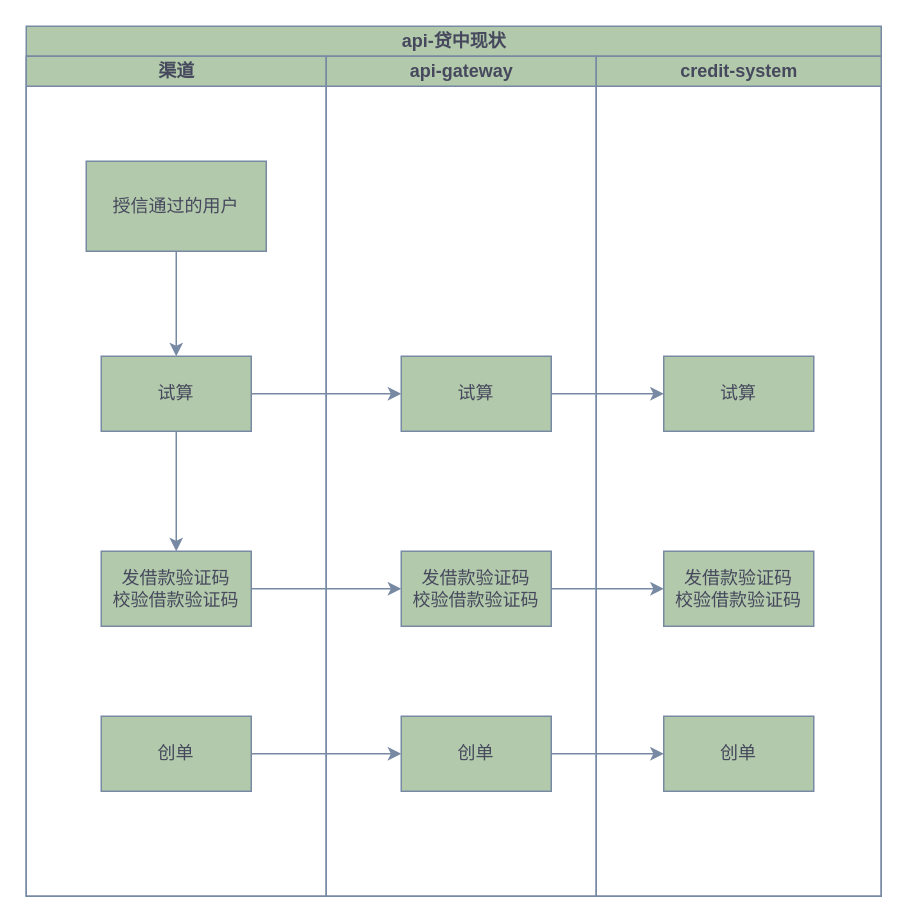
Before: api贷中-现状.drawio in yuanlj-tea/picgo, a draw.io diagram. Source tidied: cells renumbered, new cells numbered last; positions are measured from the earlier drawing's top-left corner, leaving out a move shared by most shapes. Both pictures are drawn from the tidied source at 150%, with x=0, y=0 at pixel (26, 26).
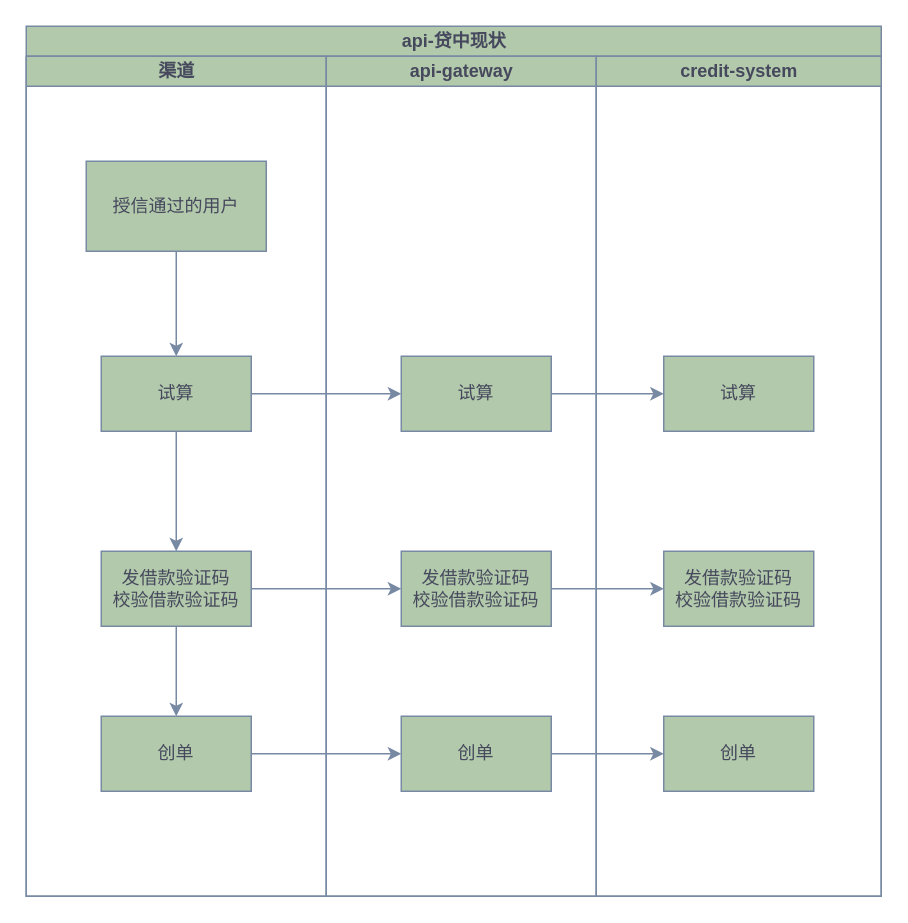
After the change.

Commit message (it also covers changes not shown here):
更新api贷中-现状.drawio

Unchanged cells that the change refers to:
```xml
<mxCell id="3" value="渠道" style="swimlane;startSize=20;html=1;labelBackgroundColor=none;fillColor=#B2C9AB;strokeColor=#788AA3;fontColor=#46495D;" parent="2" vertex="1">
  <mxGeometry y="20" width="200" height="560" as="geometry" />
</mxCell>
<mxCell id="8" value="发借款验证码&lt;div&gt;校验借款验证码&lt;/div&gt;" style="rounded=0;whiteSpace=wrap;html=1;strokeColor=#788AA3;fontColor=#46495D;fillColor=#B2C9AB;" parent="3" vertex="1">
  <mxGeometry x="50" y="330" width="100" height="50" as="geometry" />
</mxCell>
<mxCell id="9" value="创单" style="rounded=0;whiteSpace=wrap;html=1;strokeColor=#788AA3;fontColor=#46495D;fillColor=#B2C9AB;" parent="3" vertex="1">
  <mxGeometry x="50" y="440" width="100" height="50" as="geometry" />
</mxCell>
```

What changed in the source:
```diff
@@
+    <mxCell id="24" style="edgeStyle=orthogonalEdgeStyle;rounded=0;jettySize=auto;html=1;entryX=0.5;entryY=0;entryDx=0;entryDy=0;strokeColor=#788AA3;fontColor=#46495D;fillColor=#B2C9AB;" parent="3" edge="1" source="8" target="9">
+      <mxGeometry relative="1" as="geometry" />
+    </mxCell>
```
